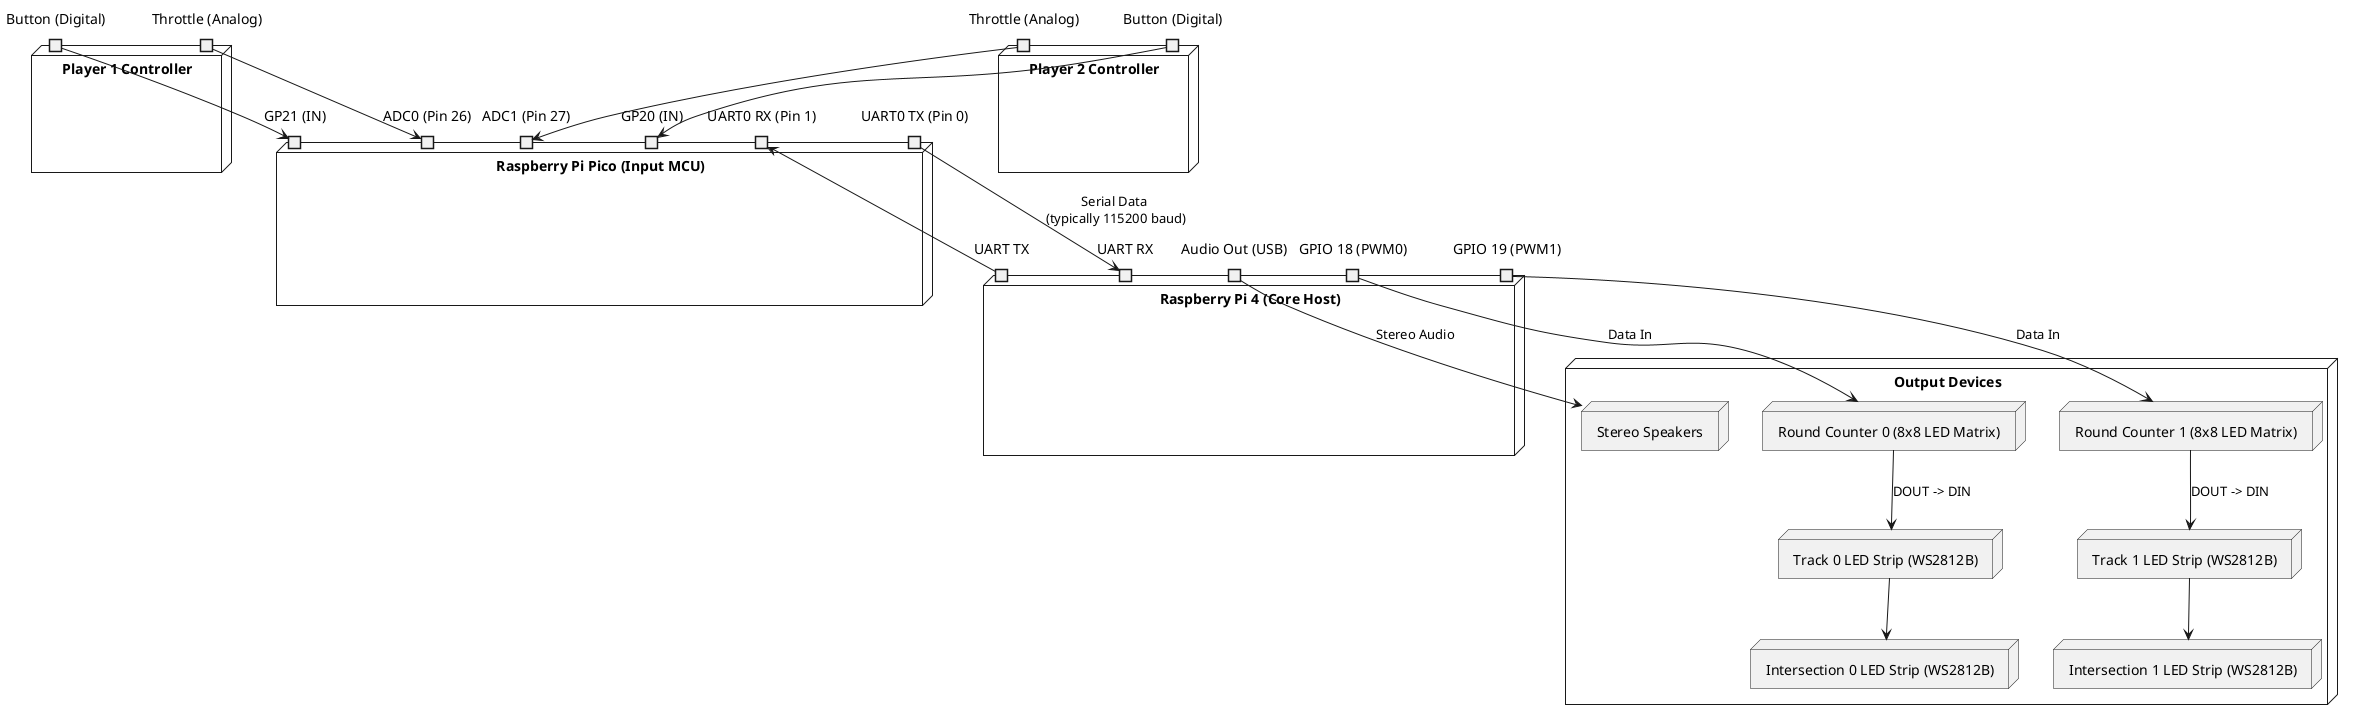
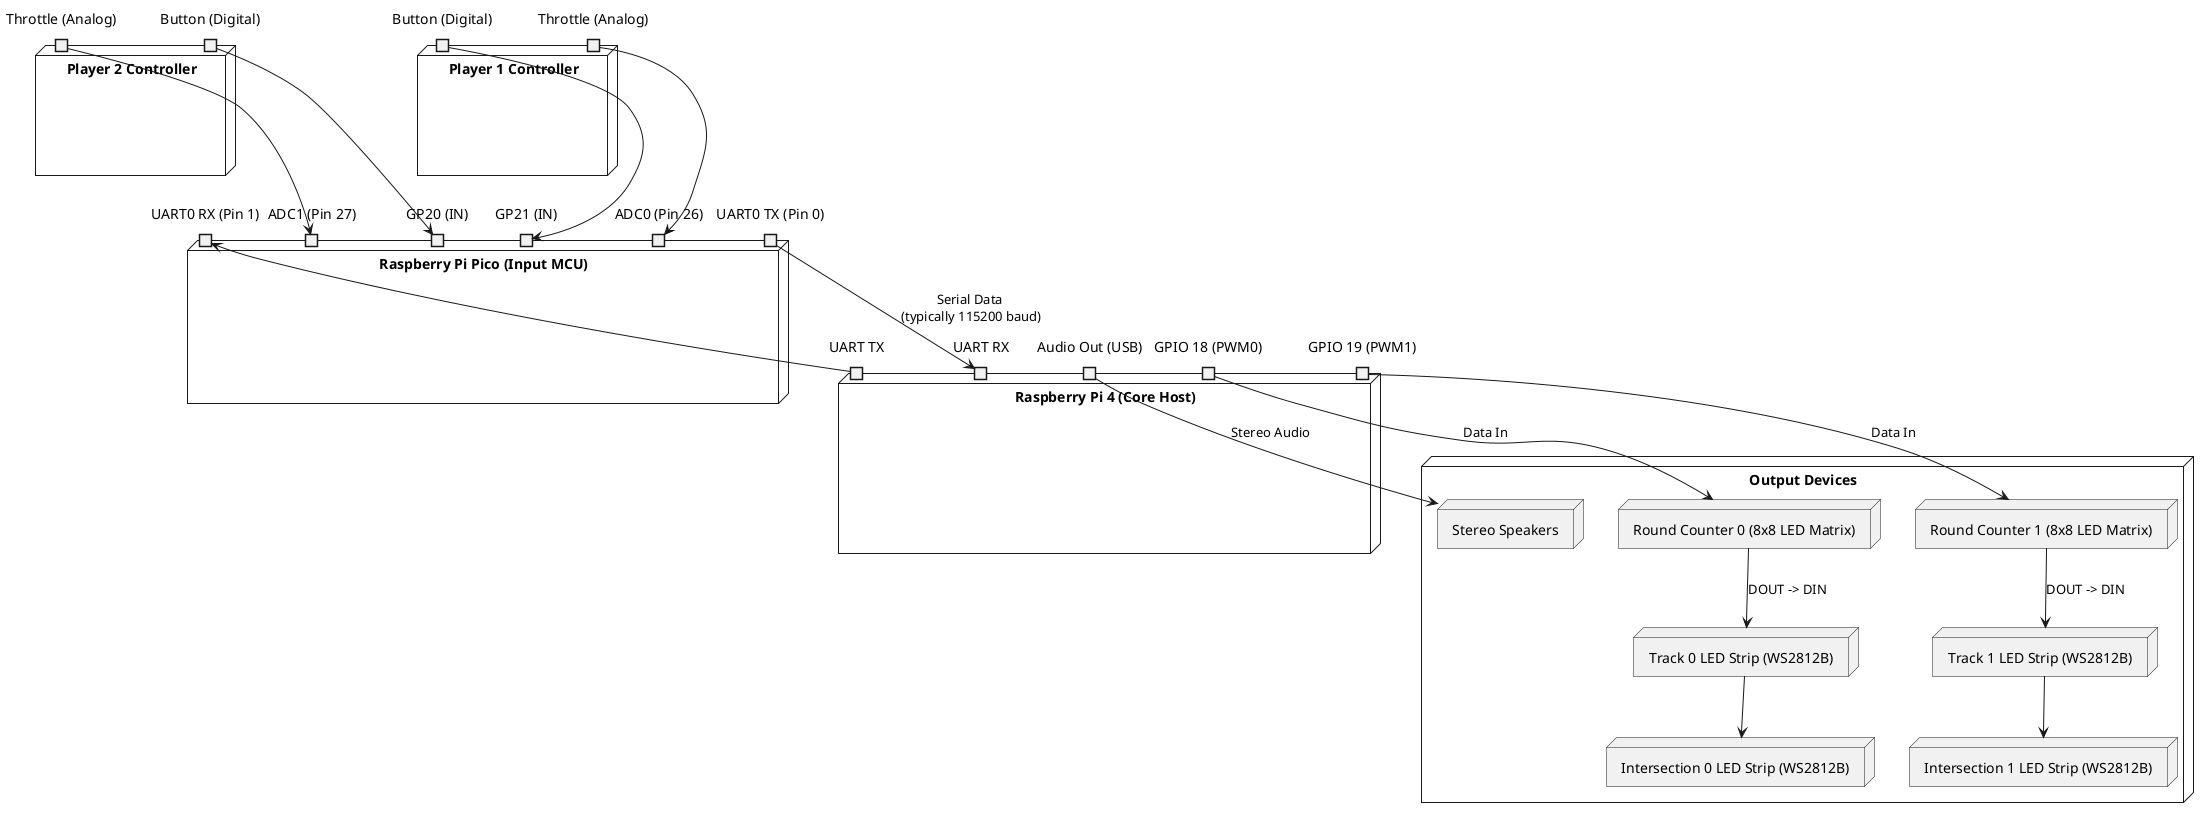
@startuml
'!theme plain

node "Player 1 Controller" as P1_Ctrl {
  port "Throttle (Analog)" as P1_A
  port "Button (Digital)" as P1_D
}
node "Player 2 Controller" as P2_Ctrl {
  port "Throttle (Analog)" as P2_A
  port "Button (Digital)" as P2_D
}

node "Raspberry Pi Pico (Input MCU)" as Pico {
  port "ADC0 (Pin 26)" as pADC1
  port "GP21 (IN)" as pD1
  port "ADC1 (Pin 27)" as pADC2
  port "GP20 (IN)" as pD2
  port "UART0 TX (Pin 0)" as pTX
  port "UART0 RX (Pin 1)" as pRX
}

P1_A --> pADC1
P1_D --> pD1
P2_A --> pADC2
P2_D --> pD2

node "Raspberry Pi 4 (Core Host)" as RPi4 {
  port "UART RX" as rRX
  port "UART TX" as rTX
  port "GPIO 18 (PWM0)" as rGPIO18
  port "GPIO 19 (PWM1)" as rGPIO19
  port "Audio Out (USB)" as rAudio
}

pTX --> rRX : Serial Data \n(typically 115200 baud)
pRX <-- rTX

node "Output Devices" {
  node "Round Counter 0 (8x8 LED Matrix)" as Matrix0
  node "Track 0 LED Strip (WS2812B)" as Track0
  node "Intersection 0 LED Strip (WS2812B)" as Intersection0

  node "Round Counter 1 (8x8 LED Matrix)" as Matrix1
  node "Track 1 LED Strip (WS2812B)" as Track1
  node "Intersection 1 LED Strip (WS2812B)" as Intersection1

  node "Stereo Speakers" as Speakers
}

rGPIO18 --> Matrix0 : Data In
Matrix0 --> Track0 : DOUT -> DIN
Track0 --> Intersection0

rGPIO19 --> Matrix1 : Data In
Matrix1 --> Track1 : DOUT -> DIN
Track1 --> Intersection1

rAudio --> Speakers : Stereo Audio
+ 
+ ' --- Layout Ordering Constraints ---
+ P1_Ctrl -[hidden]right-> P2_Ctrl
+ P1_Ctrl -[hidden]down-> pD2
+ P2_Ctrl -[hidden]down-> pRX
+ 'pTX -[hidden]down-> rRX
+ 'rRX -[hidden]down-> Matrix0
@enduml